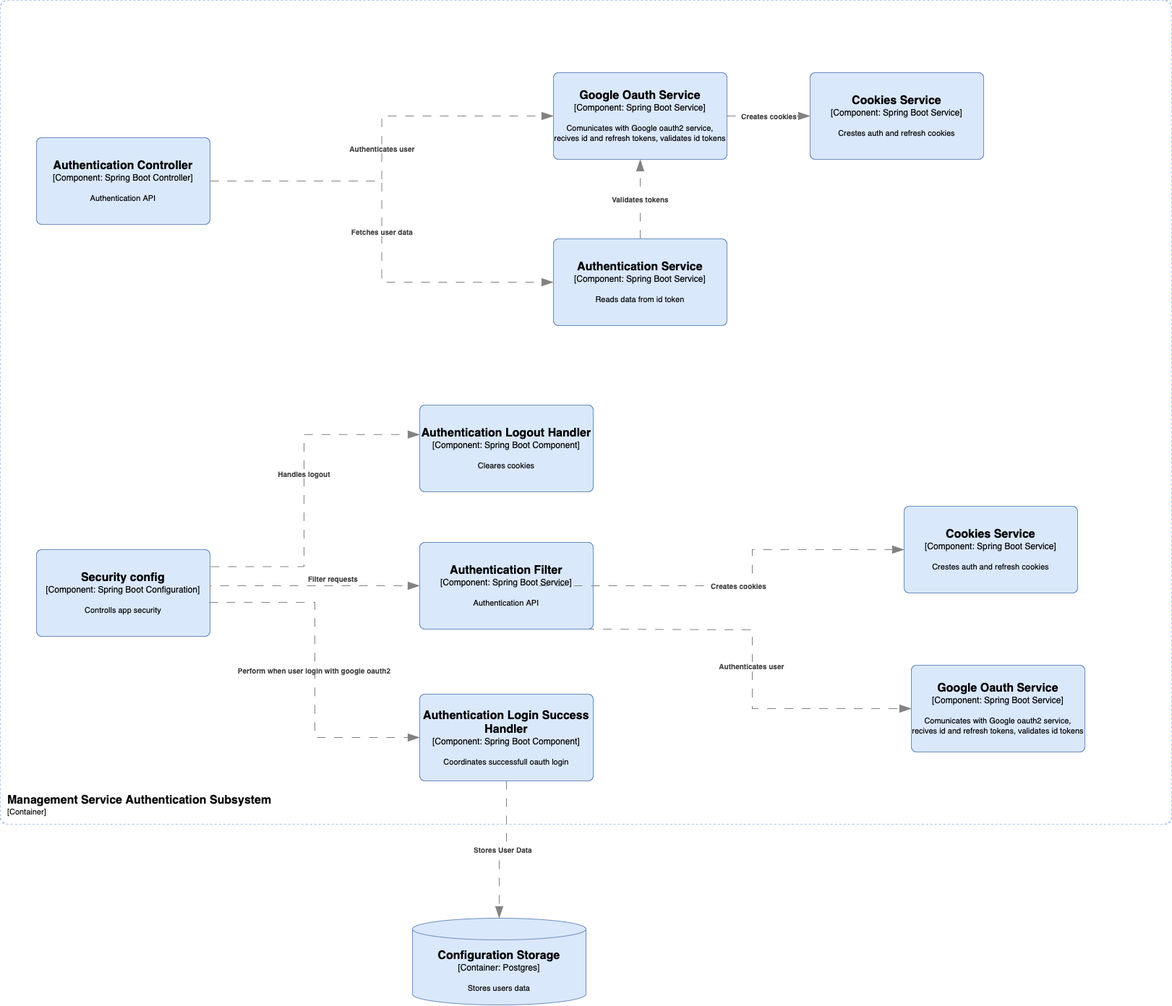
Before: docs/diagrams/management-service/components/authentication/management-service-authentication.png, a diagram exported from draw.io (Magpie-Monitor/magpie-monitor). Source tidied: cells renumbered, new cells last; positions are measured from the earlier drawing's top-left corner, leaving out a move shared by most shapes.
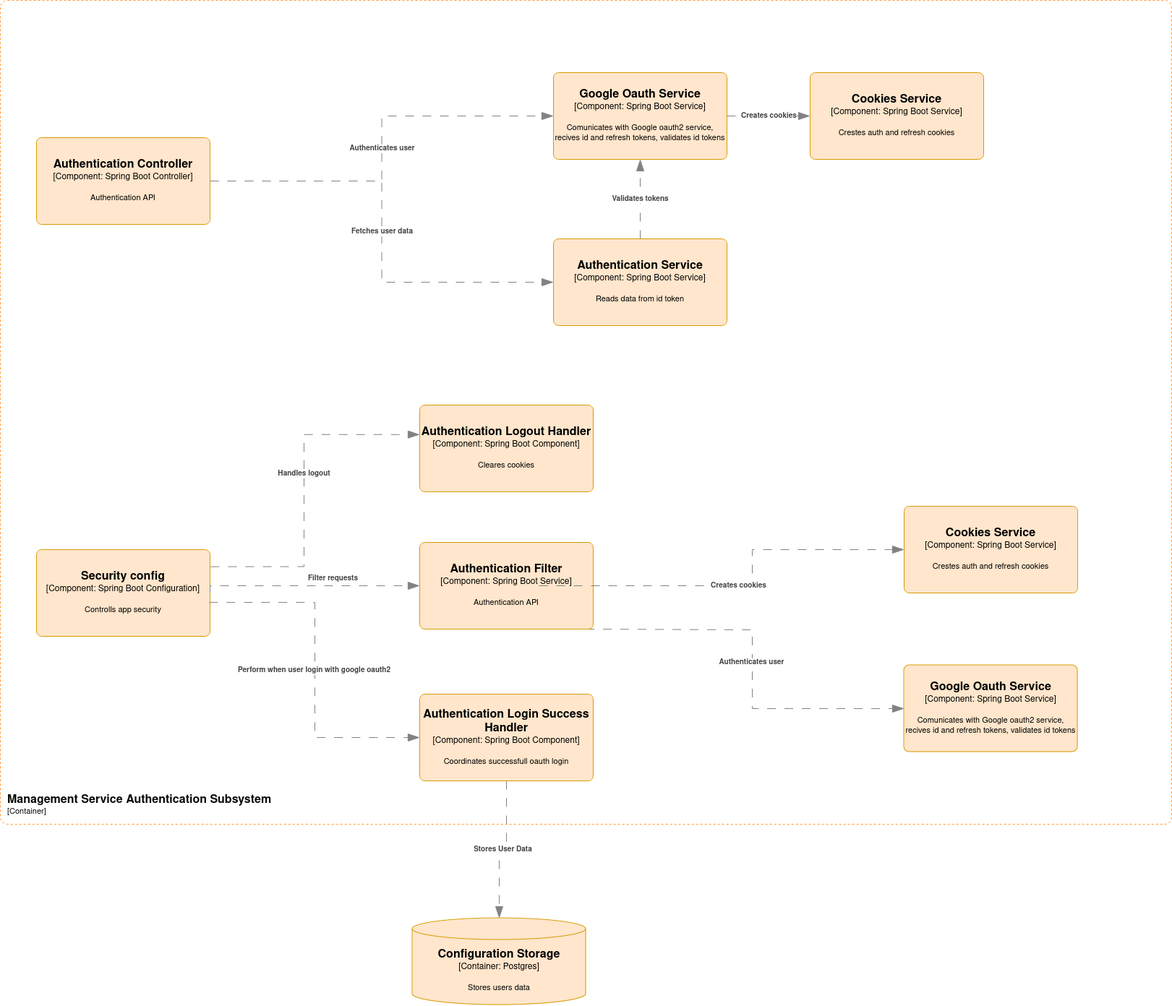
Above is the later version.

What changed in the source:
```diff
@@ -3,17 +3,17 @@
     <mxCell id="0" />
     <mxCell id="1" parent="0" />
     <object id="2" label="&lt;font style=&quot;font-size: 16px&quot;&gt;&lt;b&gt;%c4Name%&lt;/b&gt;&lt;/font&gt;&lt;div&gt;[%c4Type%:&amp;nbsp;%c4Technology%]&lt;/div&gt;&lt;br&gt;&lt;div&gt;&lt;font style=&quot;font-size: 11px&quot;&gt;&lt;font&gt;%c4Description%&lt;/font&gt;&lt;/font&gt;&lt;/div&gt;" c4Description="Stores users data" c4Name="Configuration Storage" c4Technology="Postgres" c4Type="Container" placeholders="1">
-      <mxCell style="shape=cylinder3;size=15;whiteSpace=wrap;html=1;boundedLbl=1;rounded=0;labelBackgroundColor=none;fillColor=#dae8fc;fontSize=12;align=center;strokeColor=#6c8ebf;points=[[0.5,0,0],[1,0.25,0],[1,0.5,0],[1,0.75,0],[0.5,1,0],[0,0.75,0],[0,0.5,0],[0,0.25,0]];" parent="1" vertex="1">
+      <mxCell style="shape=cylinder3;size=15;whiteSpace=wrap;html=1;boundedLbl=1;rounded=0;labelBackgroundColor=none;fillColor=#ffe6cc;fontSize=12;align=center;strokeColor=#d79b00;points=[[0.5,0,0],[1,0.25,0],[1,0.5,0],[1,0.75,0],[0.5,1,0],[0,0.75,0],[0,0.5,0],[0,0.25,0]];" parent="1" vertex="1">
         <mxGeometry x="570" y="1270" width="240" height="120" as="geometry" />
       </mxCell>
     </object>
     <object id="3" label="&lt;font style=&quot;font-size: 16px&quot;&gt;&lt;b&gt;%c4Name%&lt;/b&gt;&lt;/font&gt;&lt;div&gt;[%c4Type%: %c4Technology%]&lt;/div&gt;&lt;br&gt;&lt;div&gt;&lt;font style=&quot;font-size: 11px&quot;&gt;%c4Description%&lt;/font&gt;&lt;/div&gt;" c4Description="Comunicates with Google oauth2 service, recives id and refresh tokens, validates id tokens" c4Name="Google Oauth Service" c4Technology="Spring Boot Service" c4Type="Component" placeholders="1">
-      <mxCell style="rounded=1;whiteSpace=wrap;html=1;labelBackgroundColor=none;fillColor=#dae8fc;align=center;arcSize=6;strokeColor=#6c8ebf;points=[[0.25,0,0],[0.5,0,0],[0.75,0,0],[1,0.25,0],[1,0.5,0],[1,0.75,0],[0.75,1,0],[0.5,1,0],[0.25,1,0],[0,0.75,0],[0,0.5,0],[0,0.25,0]];" parent="1" vertex="1">
-        <mxGeometry x="1260" y="920" width="240" height="120" as="geometry" />
+      <mxCell style="rounded=1;whiteSpace=wrap;html=1;labelBackgroundColor=none;fillColor=#ffe6cc;align=center;arcSize=6;strokeColor=#d79b00;points=[[0.25,0,0],[0.5,0,0],[0.75,0,0],[1,0.25,0],[1,0.5,0],[1,0.75,0],[0.75,1,0],[0.5,1,0],[0.25,1,0],[0,0.75,0],[0,0.5,0],[0,0.25,0]];" parent="1" vertex="1">
+        <mxGeometry x="1250" y="920" width="240" height="120" as="geometry" />
       </mxCell>
     </object>
     <object id="4" label="&lt;font style=&quot;font-size: 16px&quot;&gt;&lt;b&gt;&lt;div style=&quot;text-align: left&quot;&gt;%c4Name%&lt;/div&gt;&lt;/b&gt;&lt;/font&gt;&lt;div style=&quot;text-align: left&quot;&gt;[%c4Application%]&lt;/div&gt;" c4Application="Container" c4Name="Management Service Authentication Subsystem" c4Type="SystemScopeBoundary" placeholders="1">
-      <mxCell style="rounded=1;fontSize=11;whiteSpace=wrap;html=1;dashed=1;arcSize=20;fillColor=none;strokeColor=#A9C4EB;labelBackgroundColor=none;align=left;verticalAlign=bottom;labelBorderColor=none;spacingTop=0;spacing=10;perimeter=rectanglePerimeter;labelPadding=0;absoluteArcSize=1;fontColor=#080808;" parent="1" vertex="1">
+      <mxCell style="rounded=1;fontSize=11;whiteSpace=wrap;html=1;dashed=1;arcSize=20;fillColor=none;strokeColor=#FF9933;labelBackgroundColor=none;align=left;verticalAlign=bottom;labelBorderColor=none;spacingTop=0;spacing=10;perimeter=rectanglePerimeter;labelPadding=0;absoluteArcSize=1;fontColor=#080808;" parent="1" vertex="1">
         <mxGeometry width="1620" height="1140" as="geometry" />
       </mxCell>
     </object>
@@ -36,17 +36,17 @@
       </mxCell>
     </object>
     <object id="7" label="&lt;font style=&quot;font-size: 16px&quot;&gt;&lt;b&gt;%c4Name%&lt;/b&gt;&lt;/font&gt;&lt;div&gt;[%c4Type%: %c4Technology%]&lt;/div&gt;&lt;br&gt;&lt;div&gt;&lt;font style=&quot;font-size: 11px&quot;&gt;%c4Description%&lt;/font&gt;&lt;/div&gt;" c4Description="Crestes auth and refresh cookies" c4Name="Cookies Service" c4Technology="Spring Boot Service" c4Type="Component" placeholders="1">
-      <mxCell style="rounded=1;whiteSpace=wrap;html=1;labelBackgroundColor=none;fillColor=#dae8fc;align=center;arcSize=6;strokeColor=#6c8ebf;points=[[0.25,0,0],[0.5,0,0],[0.75,0,0],[1,0.25,0],[1,0.5,0],[1,0.75,0],[0.75,1,0],[0.5,1,0],[0.25,1,0],[0,0.75,0],[0,0.5,0],[0,0.25,0]];" parent="1" vertex="1">
+      <mxCell style="rounded=1;whiteSpace=wrap;html=1;labelBackgroundColor=none;fillColor=#ffe6cc;align=center;arcSize=6;strokeColor=#d79b00;points=[[0.25,0,0],[0.5,0,0],[0.75,0,0],[1,0.25,0],[1,0.5,0],[1,0.75,0],[0.75,1,0],[0.5,1,0],[0.25,1,0],[0,0.75,0],[0,0.5,0],[0,0.25,0]];" parent="1" vertex="1">
         <mxGeometry x="1250" y="700" width="240" height="120" as="geometry" />
       </mxCell>
     </object>
     <object id="8" label="&lt;font style=&quot;font-size: 16px&quot;&gt;&lt;b&gt;%c4Name%&lt;/b&gt;&lt;/font&gt;&lt;div&gt;[%c4Type%: %c4Technology%]&lt;/div&gt;&lt;br&gt;&lt;div&gt;&lt;font style=&quot;font-size: 11px&quot;&gt;%c4Description%&lt;/font&gt;&lt;/div&gt;" c4Description="Authentication API" c4Name="Authentication Filter" c4Technology="Spring Boot Service" c4Type="Component" placeholders="1">
-      <mxCell style="rounded=1;whiteSpace=wrap;html=1;labelBackgroundColor=none;fillColor=#dae8fc;align=center;arcSize=6;strokeColor=#6c8ebf;points=[[0.25,0,0],[0.5,0,0],[0.75,0,0],[1,0.25,0],[1,0.5,0],[1,0.75,0],[0.75,1,0],[0.5,1,0],[0.25,1,0],[0,0.75,0],[0,0.5,0],[0,0.25,0]];" parent="1" vertex="1">
+      <mxCell style="rounded=1;whiteSpace=wrap;html=1;labelBackgroundColor=none;fillColor=#ffe6cc;align=center;arcSize=6;strokeColor=#d79b00;points=[[0.25,0,0],[0.5,0,0],[0.75,0,0],[1,0.25,0],[1,0.5,0],[1,0.75,0],[0.75,1,0],[0.5,1,0],[0.25,1,0],[0,0.75,0],[0,0.5,0],[0,0.25,0]];" parent="1" vertex="1">
         <mxGeometry x="580" y="750" width="240" height="120" as="geometry" />
       </mxCell>
     </object>
     <object id="9" label="&lt;font style=&quot;font-size: 16px&quot;&gt;&lt;b&gt;%c4Name%&lt;/b&gt;&lt;/font&gt;&lt;div&gt;[%c4Type%: %c4Technology%]&lt;/div&gt;&lt;br&gt;&lt;div&gt;&lt;font style=&quot;font-size: 11px&quot;&gt;%c4Description%&lt;/font&gt;&lt;/div&gt;" c4Description="Coordinates successfull oauth login" c4Name="Authentication Login Success Handler" c4Technology="Spring Boot Component" c4Type="Component" placeholders="1">
-      <mxCell style="rounded=1;whiteSpace=wrap;html=1;labelBackgroundColor=none;fillColor=#dae8fc;align=center;arcSize=6;strokeColor=#6c8ebf;points=[[0.25,0,0],[0.5,0,0],[0.75,0,0],[1,0.25,0],[1,0.5,0],[1,0.75,0],[0.75,1,0],[0.5,1,0],[0.25,1,0],[0,0.75,0],[0,0.5,0],[0,0.25,0]];" parent="1" vertex="1">
+      <mxCell style="rounded=1;whiteSpace=wrap;html=1;labelBackgroundColor=none;fillColor=#ffe6cc;align=center;arcSize=6;strokeColor=#d79b00;points=[[0.25,0,0],[0.5,0,0],[0.75,0,0],[1,0.25,0],[1,0.5,0],[1,0.75,0],[0.75,1,0],[0.5,1,0],[0.25,1,0],[0,0.75,0],[0,0.5,0],[0,0.25,0]];" parent="1" vertex="1">
         <mxGeometry x="580" y="960" width="240" height="120" as="geometry" />
       </mxCell>
     </object>
@@ -63,7 +63,7 @@
       </mxCell>
     </object>
     <object id="11" label="&lt;font style=&quot;font-size: 16px&quot;&gt;&lt;b&gt;%c4Name%&lt;/b&gt;&lt;/font&gt;&lt;div&gt;[%c4Type%: %c4Technology%]&lt;/div&gt;&lt;br&gt;&lt;div&gt;&lt;font style=&quot;font-size: 11px&quot;&gt;%c4Description%&lt;/font&gt;&lt;/div&gt;" c4Description="Controlls app security" c4Name="Security config" c4Technology="Spring Boot Configuration" c4Type="Component" placeholders="1">
-      <mxCell style="rounded=1;whiteSpace=wrap;html=1;labelBackgroundColor=none;fillColor=#dae8fc;align=center;arcSize=6;strokeColor=#6c8ebf;points=[[0.25,0,0],[0.5,0,0],[0.75,0,0],[1,0.25,0],[1,0.5,0],[1,0.75,0],[0.75,1,0],[0.5,1,0],[0.25,1,0],[0,0.75,0],[0,0.5,0],[0,0.25,0]];" parent="1" vertex="1">
+      <mxCell style="rounded=1;whiteSpace=wrap;html=1;labelBackgroundColor=none;fillColor=#ffe6cc;align=center;arcSize=6;strokeColor=#d79b00;points=[[0.25,0,0],[0.5,0,0],[0.75,0,0],[1,0.25,0],[1,0.5,0],[1,0.75,0],[0.75,1,0],[0.5,1,0],[0.25,1,0],[0,0.75,0],[0,0.5,0],[0,0.25,0]];" parent="1" vertex="1">
         <mxGeometry x="50" y="760" width="240" height="120" as="geometry" />
       </mxCell>
     </object>
@@ -84,7 +84,7 @@
       </mxCell>
     </object>
     <object id="14" label="&lt;font style=&quot;font-size: 16px&quot;&gt;&lt;b&gt;%c4Name%&lt;/b&gt;&lt;/font&gt;&lt;div&gt;[%c4Type%: %c4Technology%]&lt;/div&gt;&lt;br&gt;&lt;div&gt;&lt;font style=&quot;font-size: 11px&quot;&gt;%c4Description%&lt;/font&gt;&lt;/div&gt;" c4Description="Cleares cookies" c4Name="Authentication Logout Handler" c4Technology="Spring Boot Component" c4Type="Component" placeholders="1">
-      <mxCell style="rounded=1;whiteSpace=wrap;html=1;labelBackgroundColor=none;fillColor=#dae8fc;align=center;arcSize=6;strokeColor=#6c8ebf;points=[[0.25,0,0],[0.5,0,0],[0.75,0,0],[1,0.25,0],[1,0.5,0],[1,0.75,0],[0.75,1,0],[0.5,1,0],[0.25,1,0],[0,0.75,0],[0,0.5,0],[0,0.25,0]];" parent="1" vertex="1">
+      <mxCell style="rounded=1;whiteSpace=wrap;html=1;labelBackgroundColor=none;fillColor=#ffe6cc;align=center;arcSize=6;strokeColor=#d79b00;points=[[0.25,0,0],[0.5,0,0],[0.75,0,0],[1,0.25,0],[1,0.5,0],[1,0.75,0],[0.75,1,0],[0.5,1,0],[0.25,1,0],[0,0.75,0],[0,0.5,0],[0,0.25,0]];" parent="1" vertex="1">
         <mxGeometry x="580" y="560" width="240" height="120" as="geometry" />
       </mxCell>
     </object>
@@ -99,12 +99,12 @@
       </mxCell>
     </object>
     <object id="16" label="&lt;font style=&quot;font-size: 16px&quot;&gt;&lt;b&gt;%c4Name%&lt;/b&gt;&lt;/font&gt;&lt;div&gt;[%c4Type%: %c4Technology%]&lt;/div&gt;&lt;br&gt;&lt;div&gt;&lt;font style=&quot;font-size: 11px&quot;&gt;%c4Description%&lt;/font&gt;&lt;/div&gt;" c4Description="Comunicates with Google oauth2 service, recives id and refresh tokens, validates id tokens" c4Name="Google Oauth Service" c4Technology="Spring Boot Service" c4Type="Component" placeholders="1">
-      <mxCell style="rounded=1;whiteSpace=wrap;html=1;labelBackgroundColor=none;fillColor=#dae8fc;align=center;arcSize=6;strokeColor=#6c8ebf;points=[[0.25,0,0],[0.5,0,0],[0.75,0,0],[1,0.25,0],[1,0.5,0],[1,0.75,0],[0.75,1,0],[0.5,1,0],[0.25,1,0],[0,0.75,0],[0,0.5,0],[0,0.25,0]];" parent="1" vertex="1">
+      <mxCell style="rounded=1;whiteSpace=wrap;html=1;labelBackgroundColor=none;fillColor=#ffe6cc;align=center;arcSize=6;strokeColor=#d79b00;points=[[0.25,0,0],[0.5,0,0],[0.75,0,0],[1,0.25,0],[1,0.5,0],[1,0.75,0],[0.75,1,0],[0.5,1,0],[0.25,1,0],[0,0.75,0],[0,0.5,0],[0,0.25,0]];" parent="1" vertex="1">
         <mxGeometry x="765" y="100" width="240" height="120" as="geometry" />
       </mxCell>
     </object>
     <object id="17" label="&lt;font style=&quot;font-size: 16px&quot;&gt;&lt;b&gt;%c4Name%&lt;/b&gt;&lt;/font&gt;&lt;div&gt;[%c4Type%: %c4Technology%]&lt;/div&gt;&lt;br&gt;&lt;div&gt;&lt;font style=&quot;font-size: 11px&quot;&gt;%c4Description%&lt;/font&gt;&lt;/div&gt;" c4Description="Authentication API" c4Name="Authentication Controller" c4Technology="Spring Boot Controller" c4Type="Component" placeholders="1">
-      <mxCell style="rounded=1;whiteSpace=wrap;html=1;labelBackgroundColor=none;fillColor=#dae8fc;align=center;arcSize=6;strokeColor=#6c8ebf;points=[[0.25,0,0],[0.5,0,0],[0.75,0,0],[1,0.25,0],[1,0.5,0],[1,0.75,0],[0.75,1,0],[0.5,1,0],[0.25,1,0],[0,0.75,0],[0,0.5,0],[0,0.25,0]];" parent="1" vertex="1">
+      <mxCell style="rounded=1;whiteSpace=wrap;html=1;labelBackgroundColor=none;fillColor=#ffe6cc;align=center;arcSize=6;strokeColor=#d79b00;points=[[0.25,0,0],[0.5,0,0],[0.75,0,0],[1,0.25,0],[1,0.5,0],[1,0.75,0],[0.75,1,0],[0.5,1,0],[0.25,1,0],[0,0.75,0],[0,0.5,0],[0,0.25,0]];" parent="1" vertex="1">
         <mxGeometry x="50" y="190" width="240" height="120" as="geometry" />
       </mxCell>
     </object>
@@ -114,7 +114,7 @@
       </mxCell>
     </object>
     <object id="19" label="&lt;font style=&quot;font-size: 16px&quot;&gt;&lt;b&gt;%c4Name%&lt;/b&gt;&lt;/font&gt;&lt;div&gt;[%c4Type%: %c4Technology%]&lt;/div&gt;&lt;br&gt;&lt;div&gt;&lt;font style=&quot;font-size: 11px&quot;&gt;%c4Description%&lt;/font&gt;&lt;/div&gt;" c4Description="Crestes auth and refresh cookies" c4Name="Cookies Service" c4Technology="Spring Boot Service" c4Type="Component" placeholders="1">
-      <mxCell style="rounded=1;whiteSpace=wrap;html=1;labelBackgroundColor=none;fillColor=#dae8fc;align=center;arcSize=6;strokeColor=#6c8ebf;points=[[0.25,0,0],[0.5,0,0],[0.75,0,0],[1,0.25,0],[1,0.5,0],[1,0.75,0],[0.75,1,0],[0.5,1,0],[0.25,1,0],[0,0.75,0],[0,0.5,0],[0,0.25,0]];" parent="1" vertex="1">
+      <mxCell style="rounded=1;whiteSpace=wrap;html=1;labelBackgroundColor=none;fillColor=#ffe6cc;align=center;arcSize=6;strokeColor=#d79b00;points=[[0.25,0,0],[0.5,0,0],[0.75,0,0],[1,0.25,0],[1,0.5,0],[1,0.75,0],[0.75,1,0],[0.5,1,0],[0.25,1,0],[0,0.75,0],[0,0.5,0],[0,0.25,0]];" parent="1" vertex="1">
         <mxGeometry x="1120" y="100" width="240" height="120" as="geometry" />
       </mxCell>
     </object>
@@ -124,7 +124,7 @@
       </mxCell>
     </object>
     <object id="21" label="&lt;font style=&quot;font-size: 16px&quot;&gt;&lt;b&gt;%c4Name%&lt;/b&gt;&lt;/font&gt;&lt;div&gt;[%c4Type%: %c4Technology%]&lt;/div&gt;&lt;br&gt;&lt;div&gt;&lt;font style=&quot;font-size: 11px&quot;&gt;%c4Description%&lt;/font&gt;&lt;/div&gt;" c4Description="Reads data from id token" c4Name="Authentication Service" c4Technology="Spring Boot Service" c4Type="Component" placeholders="1">
-      <mxCell style="rounded=1;whiteSpace=wrap;html=1;labelBackgroundColor=none;fillColor=#dae8fc;align=center;arcSize=6;strokeColor=#6c8ebf;points=[[0.25,0,0],[0.5,0,0],[0.75,0,0],[1,0.25,0],[1,0.5,0],[1,0.75,0],[0.75,1,0],[0.5,1,0],[0.25,1,0],[0,0.75,0],[0,0.5,0],[0,0.25,0]];" parent="1" vertex="1">
+      <mxCell style="rounded=1;whiteSpace=wrap;html=1;labelBackgroundColor=none;fillColor=#ffe6cc;align=center;arcSize=6;strokeColor=#d79b00;points=[[0.25,0,0],[0.5,0,0],[0.75,0,0],[1,0.25,0],[1,0.5,0],[1,0.75,0],[0.75,1,0],[0.5,1,0],[0.25,1,0],[0,0.75,0],[0,0.5,0],[0,0.25,0]];" parent="1" vertex="1">
         <mxGeometry x="765" y="330" width="240" height="120" as="geometry" />
       </mxCell>
     </object>
```
